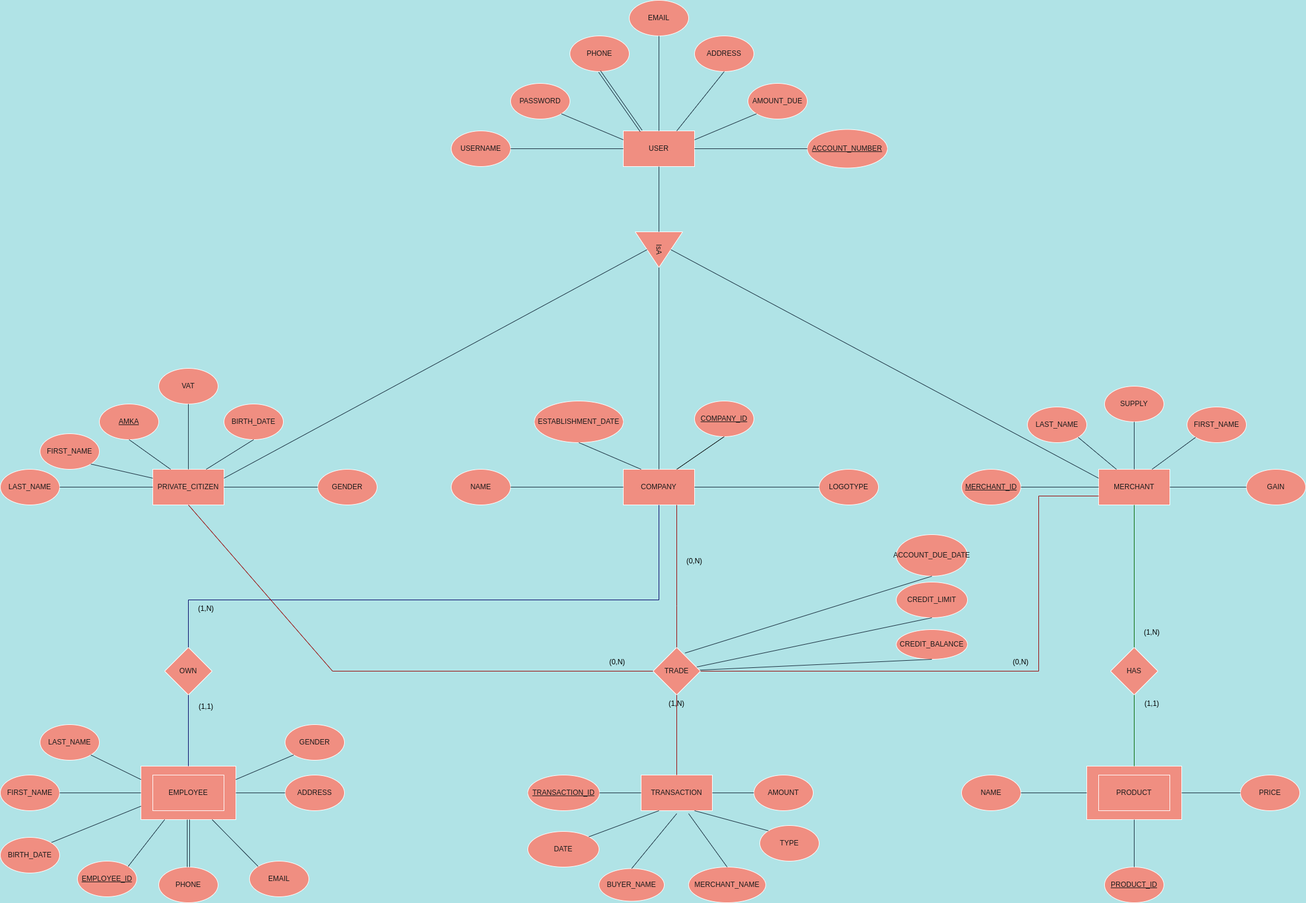
Before: ERDiagram/diagram.png, a diagram exported from draw.io (StefVei/CCC). Source tidied: cells renumbered, new cells last; positions are measured from the earlier drawing's top-left corner, leaving out a move shared by most shapes.
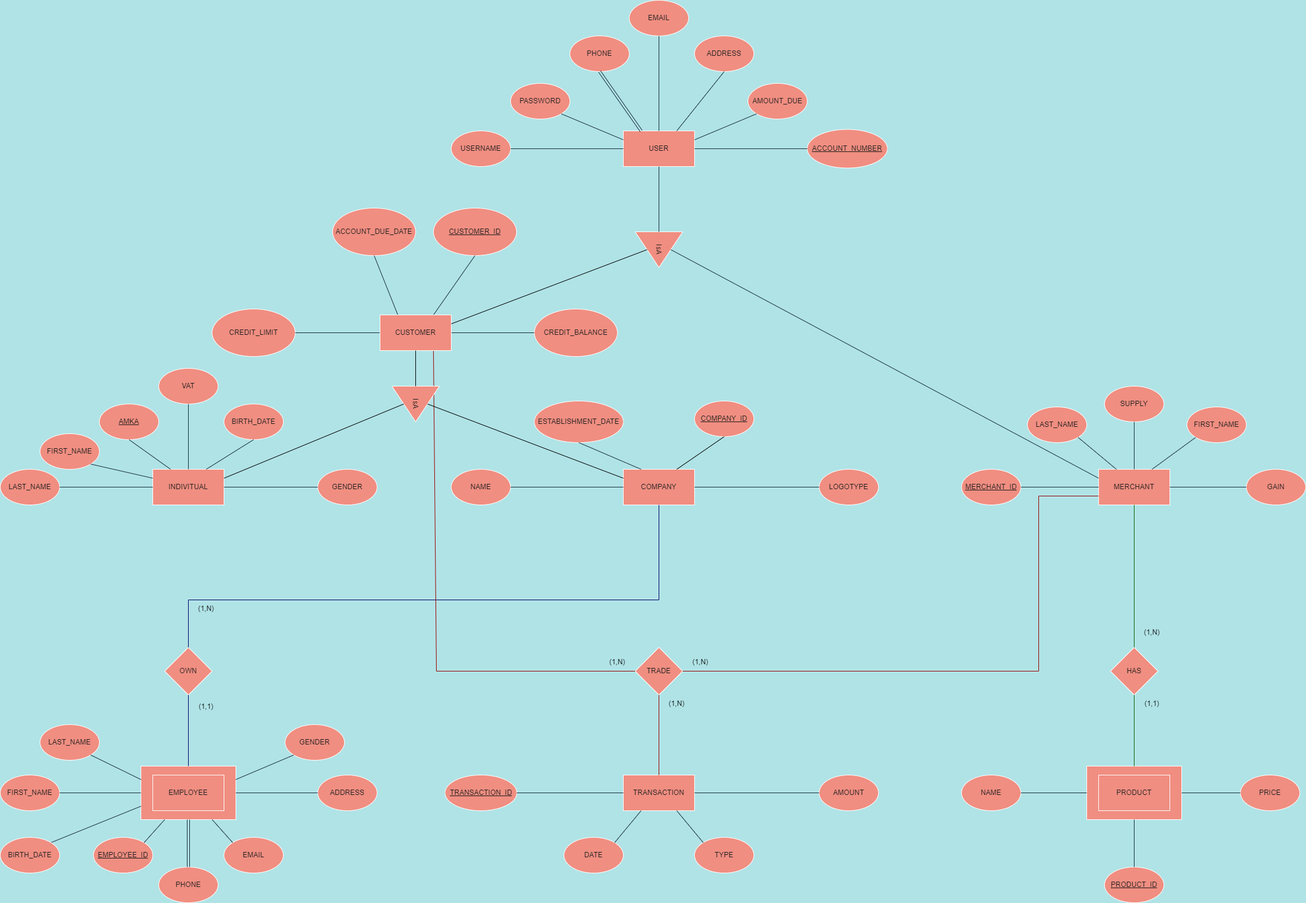
After the commit.

Commit message:
removed 4 way relationship by Stauros

Diff of the diagram source:
```diff
@@ -5,7 +5,7 @@
     <mxCell id="2" value="USER" style="rounded=0;whiteSpace=wrap;html=1;fillColor=#F08E81;strokeColor=#FFFFFF;fontColor=#1A1A1A;" parent="1" vertex="1">
       <mxGeometry x="1050" y="220" width="120" height="60" as="geometry" />
     </mxCell>
-    <mxCell id="3" value="PRIVATE_CITIZEN" style="rounded=0;whiteSpace=wrap;html=1;fillColor=#F08E81;strokeColor=#FFFFFF;fontColor=#1A1A1A;" parent="1" vertex="1">
+    <mxCell id="3" value="INDIVITUAL" style="rounded=0;whiteSpace=wrap;html=1;fillColor=#F08E81;strokeColor=#FFFFFF;fontColor=#1A1A1A;" parent="1" vertex="1">
       <mxGeometry x="257" y="790" width="120" height="60" as="geometry" />
     </mxCell>
     <mxCell id="4" value="COMPANY" style="rounded=0;whiteSpace=wrap;html=1;fillColor=#F08E81;strokeColor=#FFFFFF;fontColor=#1A1A1A;" parent="1" vertex="1">
@@ -15,7 +15,7 @@
       <mxGeometry x="1851" y="790" width="120" height="60" as="geometry" />
     </mxCell>
     <mxCell id="6" value="TRANSACTION" style="rounded=0;whiteSpace=wrap;html=1;fillColor=#F08E81;strokeColor=#FFFFFF;fontColor=#1A1A1A;" parent="1" vertex="1">
-      <mxGeometry x="1080" y="1305" width="120" height="60" as="geometry" />
+      <mxGeometry x="1050" y="1305" width="120" height="60" as="geometry" />
     </mxCell>
     <mxCell id="7" value="USERNAME" style="ellipse;whiteSpace=wrap;html=1;fillColor=#F08E81;strokeColor=#FFFFFF;fontColor=#1A1A1A;" parent="1" vertex="1">
       <mxGeometry x="760" y="220" width="100" height="60" as="geometry" />
@@ -30,7 +30,7 @@
       <mxGeometry y="790" width="100" height="60" as="geometry" />
     </mxCell>
     <mxCell id="11" value="ACCOUNT_DUE_DATE" style="ellipse;whiteSpace=wrap;html=1;fillColor=#F08E81;strokeColor=#FFFFFF;fontColor=#1A1A1A;" parent="1" vertex="1">
-      <mxGeometry x="1510" y="900" width="120" height="70" as="geometry" />
+      <mxGeometry x="560" y="350" width="140" height="80" as="geometry" />
     </mxCell>
     <mxCell id="12" value="&lt;u&gt;ACCOUNT_NUMBER&lt;/u&gt;" style="ellipse;whiteSpace=wrap;html=1;fillColor=#F08E81;strokeColor=#FFFFFF;fontColor=#1A1A1A;" parent="1" vertex="1">
       <mxGeometry x="1360" y="217.5" width="135" height="65" as="geometry" />
@@ -48,7 +48,7 @@
       <mxGeometry y="1305" width="100" height="60" as="geometry" />
     </mxCell>
     <mxCell id="17" value="&lt;u&gt;EMPLOYEE_ID&lt;/u&gt;" style="ellipse;whiteSpace=wrap;html=1;fillColor=#F08E81;strokeColor=#FFFFFF;fontColor=#1A1A1A;" parent="1" vertex="1">
-      <mxGeometry x="130" y="1450" width="100" height="60" as="geometry" />
+      <mxGeometry x="157" y="1410" width="100" height="60" as="geometry" />
     </mxCell>
     <mxCell id="18" value="PHONE" style="ellipse;whiteSpace=wrap;html=1;fillColor=#F08E81;strokeColor=#FFFFFF;fontColor=#1A1A1A;" parent="1" vertex="1">
       <mxGeometry x="960" y="60" width="100" height="60" as="geometry" />
@@ -143,35 +143,27 @@
     <mxCell id="48" style="endArrow=none;html=1;rounded=0;entryX=0;entryY=1;entryDx=0;entryDy=0;exitX=1;exitY=0.25;exitDx=0;exitDy=0;labelBackgroundColor=#B0E3E6;strokeColor=#182E3E;fontColor=#1A1A1A;" parent="1" edge="1" source="2" target="13">
       <mxGeometry relative="1" as="geometry" />
     </mxCell>
-    <mxCell id="49" value="BUYER_ΝΑΜΕ" style="ellipse;whiteSpace=wrap;html=1;fillColor=#F08E81;strokeColor=#FFFFFF;fontColor=#1A1A1A;" parent="1" vertex="1">
-      <mxGeometry x="1009" y="1462.5" width="110" height="55" as="geometry" />
+    <mxCell id="49" value="&lt;u&gt;CUSTOMER_ID&lt;/u&gt;" style="ellipse;whiteSpace=wrap;html=1;fillColor=#F08E81;strokeColor=#FFFFFF;fontColor=#1A1A1A;" parent="1" vertex="1">
+      <mxGeometry x="730" y="350" width="140" height="80" as="geometry" />
     </mxCell>
     <mxCell id="50" value="CREDIT_LIMIT" style="ellipse;whiteSpace=wrap;html=1;fillColor=#F08E81;strokeColor=#FFFFFF;fontColor=#1A1A1A;" parent="1" vertex="1">
-      <mxGeometry x="1510" y="980" width="120" height="60" as="geometry" />
+      <mxGeometry x="357" y="520" width="140" height="80" as="geometry" />
     </mxCell>
     <mxCell id="51" value="CREDIT_BALANCE" style="ellipse;whiteSpace=wrap;html=1;fillColor=#F08E81;strokeColor=#FFFFFF;fontColor=#1A1A1A;" parent="1" vertex="1">
-      <mxGeometry x="1510" y="1060" width="120" height="50" as="geometry" />
+      <mxGeometry x="900" y="520" width="140" height="80" as="geometry" />
     </mxCell>
-    <mxCell id="52" style="endArrow=none;html=1;rounded=0;labelBackgroundColor=#B0E3E6;strokeColor=#182E3E;fontColor=#1A1A1A;entryX=0.5;entryY=0;entryDx=0;entryDy=0;" parent="1" edge="1" target="49">
-      <mxGeometry relative="1" as="geometry">
-        <mxPoint x="1140" y="1370" as="sourcePoint" />
-      </mxGeometry>
+    <mxCell id="52" style="endArrow=none;html=1;rounded=0;entryX=0.5;entryY=1;entryDx=0;entryDy=0;labelBackgroundColor=#B0E3E6;strokeColor=#182E3E;fontColor=#1A1A1A;exitX=0.75;exitY=0;exitDx=0;exitDy=0;" parent="1" edge="1" source="121" target="49">
+      <mxGeometry relative="1" as="geometry" />
     </mxCell>
-    <mxCell id="53" style="endArrow=none;html=1;rounded=0;entryX=0.5;entryY=1;entryDx=0;entryDy=0;labelBackgroundColor=#B0E3E6;strokeColor=#182E3E;fontColor=#1A1A1A;" parent="1" edge="1" source="82" target="51">
+    <mxCell id="53" style="endArrow=none;html=1;rounded=0;entryX=0;entryY=0.5;entryDx=0;entryDy=0;labelBackgroundColor=#B0E3E6;strokeColor=#182E3E;fontColor=#1A1A1A;exitX=1;exitY=0.5;exitDx=0;exitDy=0;" parent="1" edge="1" source="121" target="51">
       <mxGeometry relative="1" as="geometry" />
     </mxCell>
-    <mxCell id="54" style="endArrow=none;html=1;rounded=0;entryX=0.5;entryY=1;entryDx=0;entryDy=0;labelBackgroundColor=#B0E3E6;strokeColor=#182E3E;fontColor=#1A1A1A;" parent="1" edge="1" source="82" target="50">
+    <mxCell id="54" style="endArrow=none;html=1;rounded=0;entryX=1;entryY=0.5;entryDx=0;entryDy=0;exitX=0;exitY=0.5;exitDx=0;exitDy=0;labelBackgroundColor=#B0E3E6;strokeColor=#182E3E;fontColor=#1A1A1A;" parent="1" edge="1" source="121" target="50">
       <mxGeometry relative="1" as="geometry" />
     </mxCell>
-    <mxCell id="55" style="endArrow=none;html=1;rounded=0;entryX=0.5;entryY=1;entryDx=0;entryDy=0;labelBackgroundColor=#B0E3E6;strokeColor=#182E3E;fontColor=#1A1A1A;exitX=0.677;exitY=0.118;exitDx=0;exitDy=0;exitPerimeter=0;" parent="1" edge="1" source="82" target="11">
+    <mxCell id="55" style="endArrow=none;html=1;rounded=0;entryX=0.5;entryY=1;entryDx=0;entryDy=0;labelBackgroundColor=#B0E3E6;strokeColor=#182E3E;fontColor=#1A1A1A;exitX=0.25;exitY=0;exitDx=0;exitDy=0;" parent="1" edge="1" source="121" target="11">
       <mxGeometry relative="1" as="geometry" />
     </mxCell>
-    <mxCell id="56" style="endArrow=none;html=1;rounded=0;entryX=0.5;entryY=1;entryDx=0;entryDy=0;exitX=1;exitY=0.25;exitDx=0;exitDy=0;labelBackgroundColor=#B0E3E6;strokeColor=#182E3E;fontColor=#1A1A1A;" parent="1" edge="1" source="3" target="33">
-      <mxGeometry relative="1" as="geometry" />
-    </mxCell>
-    <mxCell id="57" style="endArrow=none;html=1;rounded=0;entryX=1;entryY=0.5;entryDx=0;entryDy=0;exitX=0.5;exitY=0;exitDx=0;exitDy=0;labelBackgroundColor=#B0E3E6;strokeColor=#182E3E;fontColor=#1A1A1A;" parent="1" edge="1" source="4" target="33">
-      <mxGeometry relative="1" as="geometry" />
-    </mxCell>
     <mxCell id="58" style="endArrow=none;html=1;rounded=0;entryX=0;entryY=1;entryDx=0;entryDy=0;exitX=0.75;exitY=0;exitDx=0;exitDy=0;labelBackgroundColor=#B0E3E6;strokeColor=#182E3E;fontColor=#1A1A1A;" parent="1" edge="1" source="5" target="26">
       <mxGeometry relative="1" as="geometry" />
     </mxCell>
@@ -220,10 +212,10 @@
       <mxGeometry relative="1" as="geometry" />
     </mxCell>
     <mxCell id="72" value="ADDRESS" style="ellipse;whiteSpace=wrap;html=1;fillColor=#F08E81;strokeColor=#FFFFFF;fontColor=#1A1A1A;" parent="1" vertex="1">
-      <mxGeometry x="480" y="1305" width="100" height="60" as="geometry" />
+      <mxGeometry x="535" y="1305" width="100" height="60" as="geometry" />
     </mxCell>
     <mxCell id="73" value="EMAIL" style="ellipse;whiteSpace=wrap;html=1;fillColor=#F08E81;strokeColor=#FFFFFF;fontColor=#1A1A1A;" parent="1" vertex="1">
-      <mxGeometry x="420" y="1450" width="100" height="60" as="geometry" />
+      <mxGeometry x="377" y="1410" width="100" height="60" as="geometry" />
     </mxCell>
     <mxCell id="74" value="PHONE" style="ellipse;whiteSpace=wrap;html=1;fillColor=#F08E81;strokeColor=#FFFFFF;fontColor=#1A1A1A;" parent="1" vertex="1">
       <mxGeometry x="267" y="1460" width="100" height="60" as="geometry" />
@@ -250,12 +242,12 @@
       <mxGeometry y="1410" width="100" height="60" as="geometry" />
     </mxCell>
     <mxCell id="82" value="TRADE" style="rhombus;whiteSpace=wrap;html=1;fillColor=#F08E81;strokeColor=#FFFFFF;fontColor=#1A1A1A;" parent="1" vertex="1">
-      <mxGeometry x="1100" y="1090" width="80" height="80" as="geometry" />
+      <mxGeometry x="1070" y="1090" width="80" height="80" as="geometry" />
     </mxCell>
-    <mxCell id="83" style="endArrow=none;html=1;rounded=0;entryX=0.5;entryY=0;entryDx=0;entryDy=0;labelBackgroundColor=#B0E3E6;strokeColor=#990000;fontColor=#1A1A1A;exitX=0.75;exitY=1;exitDx=0;exitDy=0;" parent="1" edge="1" source="4" target="82">
+    <mxCell id="83" style="endArrow=none;html=1;rounded=0;entryX=0;entryY=0.5;entryDx=0;entryDy=0;labelBackgroundColor=#B0E3E6;strokeColor=#990000;fontColor=#1A1A1A;exitX=0.75;exitY=1;exitDx=0;exitDy=0;" parent="1" edge="1" source="121" target="82">
       <mxGeometry relative="1" as="geometry">
         <Array as="points">
-          <mxPoint x="1140" y="1020" />
+          <mxPoint x="735" y="1130" />
         </Array>
       </mxGeometry>
     </mxCell>
@@ -274,16 +266,16 @@
       <mxGeometry x="1620" y="790" width="100" height="60" as="geometry" />
     </mxCell>
     <mxCell id="87" value="DATE" style="ellipse;whiteSpace=wrap;html=1;fillColor=#F08E81;strokeColor=#FFFFFF;fontColor=#1A1A1A;" parent="1" vertex="1">
-      <mxGeometry x="889" y="1400" width="120" height="60" as="geometry" />
+      <mxGeometry x="950" y="1410" width="100" height="60" as="geometry" />
     </mxCell>
     <mxCell id="88" value="AMOUNT" style="ellipse;whiteSpace=wrap;html=1;fillColor=#F08E81;strokeColor=#FFFFFF;fontColor=#1A1A1A;" parent="1" vertex="1">
-      <mxGeometry x="1270" y="1305" width="100" height="60" as="geometry" />
+      <mxGeometry x="1380" y="1305" width="100" height="60" as="geometry" />
     </mxCell>
     <mxCell id="89" value="TYPE" style="ellipse;whiteSpace=wrap;html=1;fillColor=#F08E81;strokeColor=#FFFFFF;fontColor=#1A1A1A;" parent="1" vertex="1">
-      <mxGeometry x="1280" y="1390" width="100" height="60" as="geometry" />
+      <mxGeometry x="1170" y="1410" width="100" height="60" as="geometry" />
     </mxCell>
     <mxCell id="90" value="&lt;u&gt;TRANSACTION_ID&lt;/u&gt;" style="ellipse;whiteSpace=wrap;html=1;fillColor=#F08E81;strokeColor=#FFFFFF;fontColor=#1A1A1A;" parent="1" vertex="1">
-      <mxGeometry x="889" y="1305" width="121" height="60" as="geometry" />
+      <mxGeometry x="749.5" y="1305" width="121" height="60" as="geometry" />
     </mxCell>
     <mxCell id="91" style="endArrow=none;html=1;rounded=0;entryX=1;entryY=0;entryDx=0;entryDy=0;exitX=0.25;exitY=1;exitDx=0;exitDy=0;labelBackgroundColor=#B0E3E6;strokeColor=#182E3E;fontColor=#1A1A1A;" parent="1" edge="1" source="6" target="87">
       <mxGeometry relative="1" as="geometry" />
@@ -342,11 +334,11 @@
     <mxCell id="109" value="(1,1)" style="text;html=1;strokeColor=none;fillColor=none;align=center;verticalAlign=middle;whiteSpace=wrap;rounded=0;" parent="1" vertex="1">
       <mxGeometry x="317" y="1175" width="60" height="30" as="geometry" />
     </mxCell>
-    <mxCell id="110" value="(0,N)" style="text;html=1;strokeColor=none;fillColor=none;align=center;verticalAlign=middle;whiteSpace=wrap;rounded=0;" parent="1" vertex="1">
+    <mxCell id="110" value="(1,N)" style="text;html=1;strokeColor=none;fillColor=none;align=center;verticalAlign=middle;whiteSpace=wrap;rounded=0;" parent="1" vertex="1">
       <mxGeometry x="1010" y="1100" width="60" height="30" as="geometry" />
     </mxCell>
-    <mxCell id="111" value="(0,N)" style="text;html=1;strokeColor=none;fillColor=none;align=center;verticalAlign=middle;whiteSpace=wrap;rounded=0;" parent="1" vertex="1">
-      <mxGeometry x="1690" y="1100" width="60" height="30" as="geometry" />
+    <mxCell id="111" value="(1,N)" style="text;html=1;strokeColor=none;fillColor=none;align=center;verticalAlign=middle;whiteSpace=wrap;rounded=0;" parent="1" vertex="1">
+      <mxGeometry x="1150" y="1100" width="60" height="30" as="geometry" />
     </mxCell>
     <mxCell id="112" value="(1,N)" style="text;html=1;strokeColor=none;fillColor=none;align=center;verticalAlign=middle;whiteSpace=wrap;rounded=0;" parent="1" vertex="1">
       <mxGeometry x="1110" y="1170" width="60" height="30" as="geometry" />
@@ -363,23 +355,23 @@
     <mxCell id="116" style="endArrow=none;html=1;rounded=0;entryX=0.5;entryY=1;entryDx=0;entryDy=0;exitX=0.75;exitY=0;exitDx=0;exitDy=0;" parent="1" edge="1" source="4" target="115">
       <mxGeometry relative="1" as="geometry" />
     </mxCell>
-    <mxCell id="117" style="endArrow=none;html=1;rounded=0;entryX=0;entryY=0.5;entryDx=0;entryDy=0;labelBackgroundColor=#B0E3E6;strokeColor=#990000;fontColor=#1A1A1A;exitX=0.5;exitY=1;exitDx=0;exitDy=0;" parent="1" edge="1" source="3" target="82">
-      <mxGeometry relative="1" as="geometry">
-        <Array as="points">
-          <mxPoint x="560" y="1130" />
-        </Array>
-      </mxGeometry>
-    </mxCell>
-    <mxCell id="118" value="(0,N)" style="text;html=1;strokeColor=none;fillColor=none;align=center;verticalAlign=middle;whiteSpace=wrap;rounded=0;" parent="1" vertex="1">
-      <mxGeometry x="1140" y="930" width="60" height="30" as="geometry" />
-    </mxCell>
-    <mxCell id="119" value="MERCHANT_NAME" style="ellipse;whiteSpace=wrap;html=1;fillColor=#F08E81;strokeColor=#FFFFFF;fontColor=#1A1A1A;" parent="1" vertex="1">
-      <mxGeometry x="1160" y="1460" width="130" height="60" as="geometry" />
-    </mxCell>
-    <mxCell id="120" style="endArrow=none;html=1;rounded=0;labelBackgroundColor=#B0E3E6;strokeColor=#182E3E;fontColor=#1A1A1A;entryX=0.5;entryY=0;entryDx=0;entryDy=0;" parent="1" edge="1" target="119">
-      <mxGeometry relative="1" as="geometry">
-        <mxPoint x="1160" y="1370" as="sourcePoint" />
-      </mxGeometry>
-    </mxCell>
+    <mxCell id="121" value="CUSTOMER" style="rounded=0;whiteSpace=wrap;html=1;fillColor=#F08E81;strokeColor=#FFFFFF;fontColor=#1A1A1A;" parent="1" vertex="1">
+      <mxGeometry x="640" y="530" width="120" height="60" as="geometry" />
+    </mxCell>
+    <mxCell id="122" value="IsA" style="triangle;whiteSpace=wrap;html=1;rotation=90;fillColor=#F08E81;strokeColor=#FFFFFF;fontColor=#1A1A1A;" parent="1" vertex="1">
+      <mxGeometry x="670" y="640" width="60" height="80" as="geometry" />
+    </mxCell>
+    <mxCell id="123" style="endArrow=none;html=1;rounded=0;entryX=0.5;entryY=1;entryDx=0;entryDy=0;exitX=1;exitY=0.25;exitDx=0;exitDy=0;" parent="1" edge="1" source="121" target="33">
+      <mxGeometry relative="1" as="geometry" />
+    </mxCell>
+    <mxCell id="124" style="endArrow=none;html=1;rounded=0;entryX=0.5;entryY=0;entryDx=0;entryDy=0;exitX=0;exitY=0.25;exitDx=0;exitDy=0;" parent="1" edge="1" source="4" target="122">
+      <mxGeometry relative="1" as="geometry" />
+    </mxCell>
+    <mxCell id="125" style="endArrow=none;html=1;rounded=0;entryX=0.5;entryY=1;entryDx=0;entryDy=0;exitX=1;exitY=0.25;exitDx=0;exitDy=0;" parent="1" edge="1" source="3" target="122">
+      <mxGeometry relative="1" as="geometry" />
+    </mxCell>
+    <mxCell id="126" style="endArrow=none;html=1;rounded=0;exitX=0.5;exitY=1;exitDx=0;exitDy=0;entryX=0;entryY=0.5;entryDx=0;entryDy=0;" parent="1" edge="1" source="121" target="122">
+      <mxGeometry relative="1" as="geometry" />
+    </mxCell>
   </root>
 </mxGraphModel>
```
